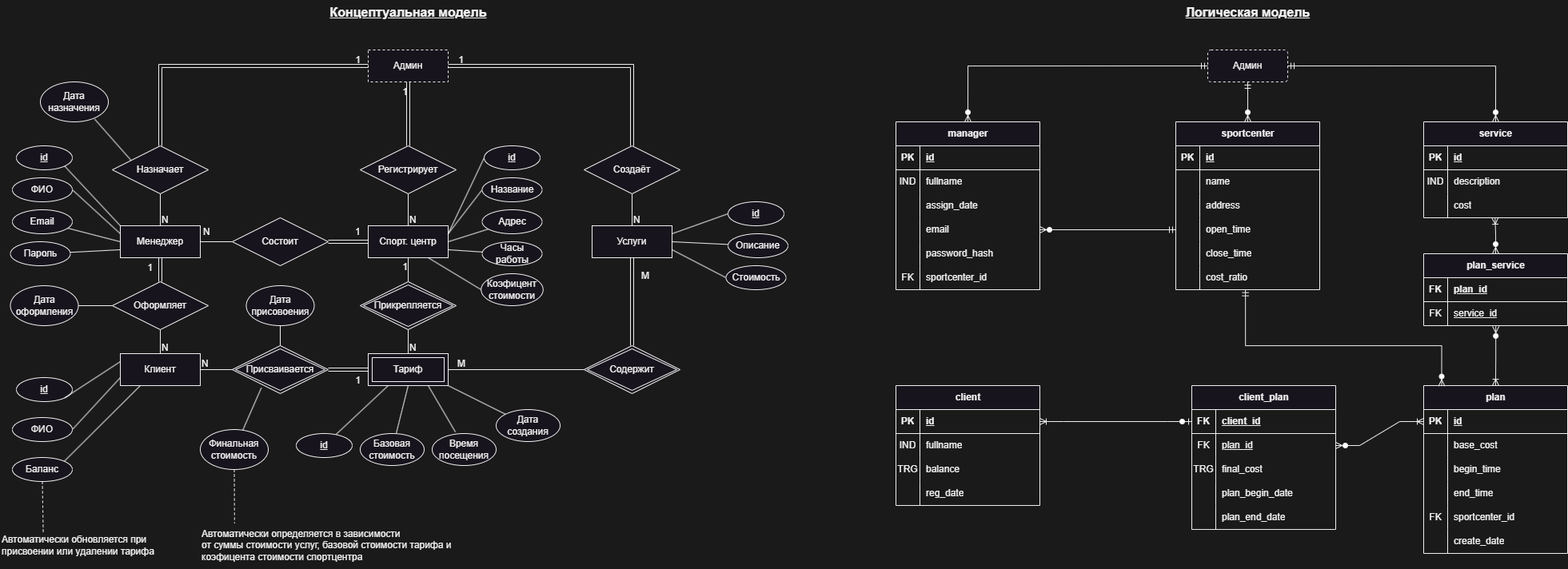
The draw.io diagram docs/FitnessClientPanel.png in shonqwezon/FitnessClientPanel, before a commit. Source tidied: cells renumbered, new cells last; positions are measured from the earlier drawing's top-left corner, leaving out a move shared by most shapes.
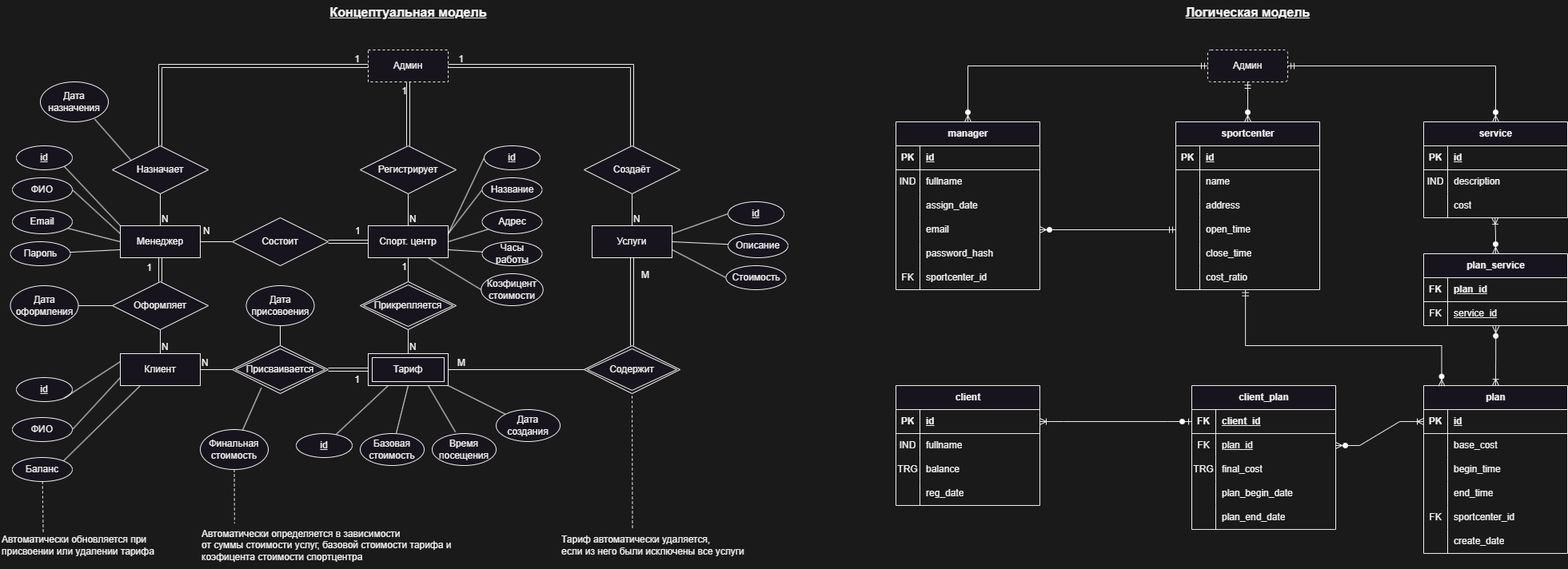
After the change.

Commit message:
fix: add description for 3rd trigger

What changed in the source:
```diff
@@ -668,5 +668,11 @@
     <mxCell id="212" style="rounded=0;jettySize=auto;html=1;entryX=0.126;entryY=0.04;entryDx=0;entryDy=0;entryPerimeter=0;endArrow=none;endFill=0;dashed=1;" parent="1" edge="1" source="209" target="211">
       <mxGeometry relative="1" as="geometry" />
     </mxCell>
+    <mxCell id="213" style="rounded=0;jettySize=auto;html=1;entryX=0.5;entryY=1;entryDx=0;entryDy=0;exitX=0.362;exitY=-0.05;exitDx=0;exitDy=0;exitPerimeter=0;endArrow=none;endFill=0;dashed=1;" parent="1" edge="1" source="214" target="30">
+      <mxGeometry relative="1" as="geometry" />
+    </mxCell>
+    <mxCell id="214" value="Тариф автоматически удаляется,&lt;br&gt;если из него были исключены все услуги" style="text;html=1;align=left;verticalAlign=middle;points=[];strokeColor=none;fillColor=none;" parent="1" vertex="1">
+      <mxGeometry x="700" y="662" width="250" height="40" as="geometry" />
+    </mxCell>
   </root>
 </mxGraphModel>
```
